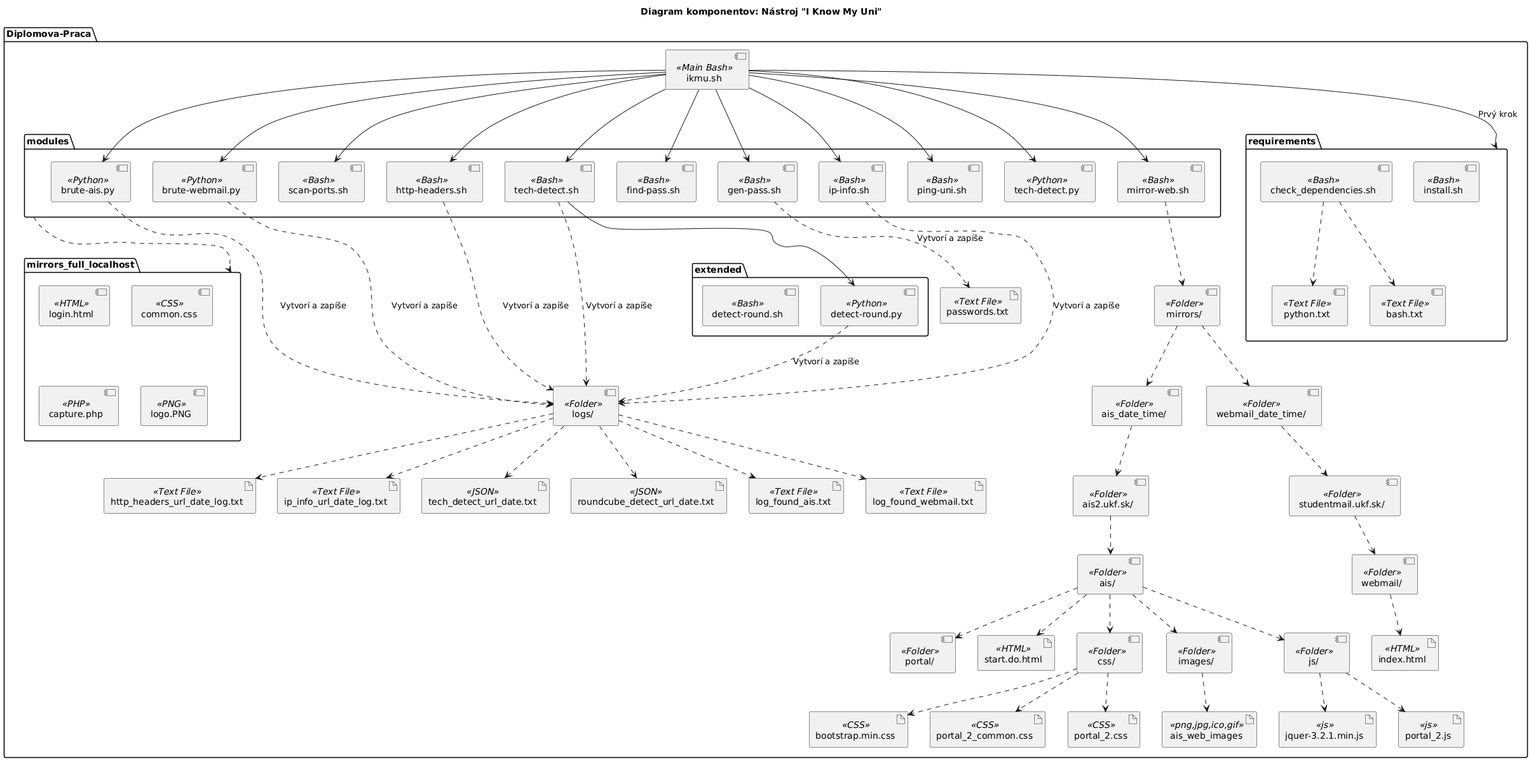
The PlantUML diagram diagrams/component_diagram.png in majohlavacka/Diplomova-praca, before a commit.
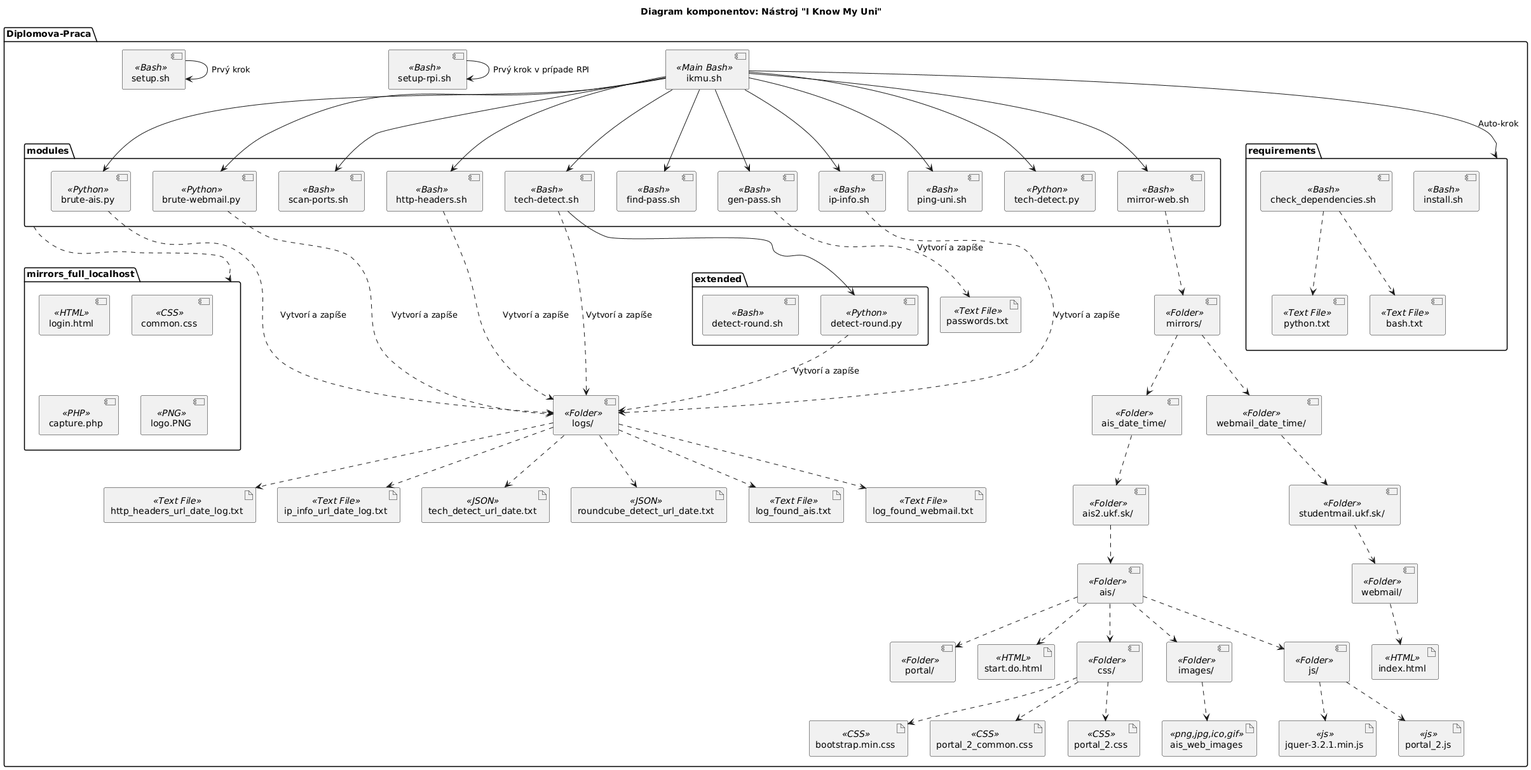
Above is the later version.

The edit, as a diff of the source:
```diff
@@ -2,6 +2,8 @@
 title Diagram komponentov: Nástroj "I Know My Uni"
 
 package "Diplomova-Praca" {
+  component "setup.sh" as setup <<Bash>>
+  component "setup-rpi.sh" as setup_rpi <<Bash>>
   component "ikmu.sh" as ikmu <<Main Bash>>
 
   package modules {
@@ -66,6 +68,9 @@
   artifact "roundcube_detect_url_date.txt" as roundcube_detect_url_date <<JSON>>
 }
 
+setup --> setup : Prvý krok
+setup_rpi --> setup_rpi : Prvý krok v prípade RPI
+
 ikmu --> brute_ais
 ikmu --> brute_webmail
 ikmu --> scan_ports
@@ -106,7 +111,7 @@
 
 modules ..> mirrors_full_localhost
 
-ikmu --> requirements : Prvý krok
+ikmu --> requirements : \lAuto-krok
 check_dependencies ..> bash
 check_dependencies ..> python
 
```
